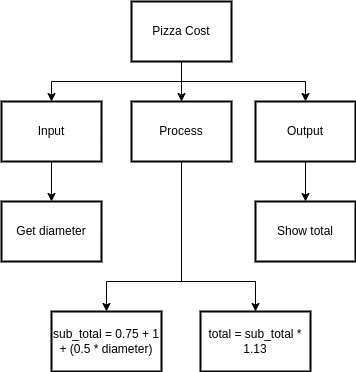
Above: drawio/topDownDesign/topDownDesign.png in Aidan-Lalonde-Novales/ICS3U-Uni3-01-Python (draw.io), before the change. Source tidied: cells renumbered, new cells last; positions are measured from the earlier drawing's top-left corner, leaving out a move shared by most shapes.
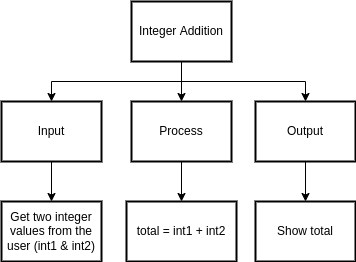
After the commit.

Change to the diagram source:
```diff
@@ -2,21 +2,8 @@
   <root>
     <mxCell id="0" />
     <mxCell id="1" parent="0" />
-    <mxCell id="2" style="edgeStyle=none;rounded=0;html=1;exitX=0.5;exitY=1;exitDx=0;exitDy=0;entryX=0.5;entryY=0;entryDx=0;entryDy=0;" parent="1" edge="1" source="4" target="15">
-      <mxGeometry relative="1" as="geometry">
-        <Array as="points">
-          <mxPoint x="180" y="280" />
-          <mxPoint x="105" y="280" />
-        </Array>
-      </mxGeometry>
-    </mxCell>
     <mxCell id="3" style="edgeStyle=none;rounded=0;html=1;exitX=0.5;exitY=1;exitDx=0;exitDy=0;entryX=0.5;entryY=0;entryDx=0;entryDy=0;" parent="1" edge="1" source="4" target="16">
-      <mxGeometry relative="1" as="geometry">
-        <Array as="points">
-          <mxPoint x="180" y="280" />
-          <mxPoint x="254" y="280" />
-        </Array>
-      </mxGeometry>
+      <mxGeometry relative="1" as="geometry" />
     </mxCell>
     <mxCell id="4" value="Process" style="rounded=0;whiteSpace=wrap;html=1;absoluteArcSize=1;arcSize=14;strokeWidth=2;" parent="1" vertex="1">
       <mxGeometry x="130" y="100" width="100" height="60" as="geometry" />
@@ -40,7 +27,7 @@
         </Array>
       </mxGeometry>
     </mxCell>
-    <mxCell id="8" value="Pizza Cost" style="rounded=0;whiteSpace=wrap;html=1;absoluteArcSize=1;arcSize=14;strokeWidth=2;" parent="1" vertex="1">
+    <mxCell id="8" value="Integer Addition" style="rounded=0;whiteSpace=wrap;html=1;absoluteArcSize=1;arcSize=14;strokeWidth=2;" parent="1" vertex="1">
       <mxGeometry x="130" width="100" height="60" as="geometry" />
     </mxCell>
     <mxCell id="9" style="edgeStyle=none;rounded=0;html=1;exitX=0.5;exitY=1;exitDx=0;exitDy=0;entryX=0.5;entryY=0;entryDx=0;entryDy=0;" parent="1" edge="1" source="10" target="13">
@@ -55,17 +42,14 @@
     <mxCell id="12" value="Output" style="rounded=0;whiteSpace=wrap;html=1;absoluteArcSize=1;arcSize=14;strokeWidth=2;" parent="1" vertex="1">
       <mxGeometry x="254" y="100" width="100" height="60" as="geometry" />
     </mxCell>
-    <mxCell id="13" value="Get diameter" style="rounded=0;whiteSpace=wrap;html=1;absoluteArcSize=1;arcSize=14;strokeWidth=2;" parent="1" vertex="1">
+    <mxCell id="13" value="Get two integer values from the user (int1 &amp;amp; int2)" style="rounded=0;whiteSpace=wrap;html=1;absoluteArcSize=1;arcSize=14;strokeWidth=2;" parent="1" vertex="1">
       <mxGeometry y="200" width="100" height="60" as="geometry" />
     </mxCell>
     <mxCell id="14" value="Show total" style="rounded=0;whiteSpace=wrap;html=1;absoluteArcSize=1;arcSize=14;strokeWidth=2;" parent="1" vertex="1">
       <mxGeometry x="254" y="200" width="100" height="60" as="geometry" />
     </mxCell>
-    <mxCell id="15" value="sub_total = 0.75 + 1 + (0.5 * diameter)" style="rounded=0;whiteSpace=wrap;html=1;absoluteArcSize=1;arcSize=14;strokeWidth=2;" parent="1" vertex="1">
-      <mxGeometry x="50" y="310" width="110" height="60" as="geometry" />
-    </mxCell>
-    <mxCell id="16" value="total = sub_total * 1.13" style="rounded=0;whiteSpace=wrap;html=1;absoluteArcSize=1;arcSize=14;strokeWidth=2;" parent="1" vertex="1">
-      <mxGeometry x="199" y="310" width="110" height="60" as="geometry" />
+    <mxCell id="16" value="total = int1 + int2" style="rounded=0;whiteSpace=wrap;html=1;absoluteArcSize=1;arcSize=14;strokeWidth=2;" parent="1" vertex="1">
+      <mxGeometry x="125" y="200" width="110" height="60" as="geometry" />
     </mxCell>
   </root>
 </mxGraphModel>
```
